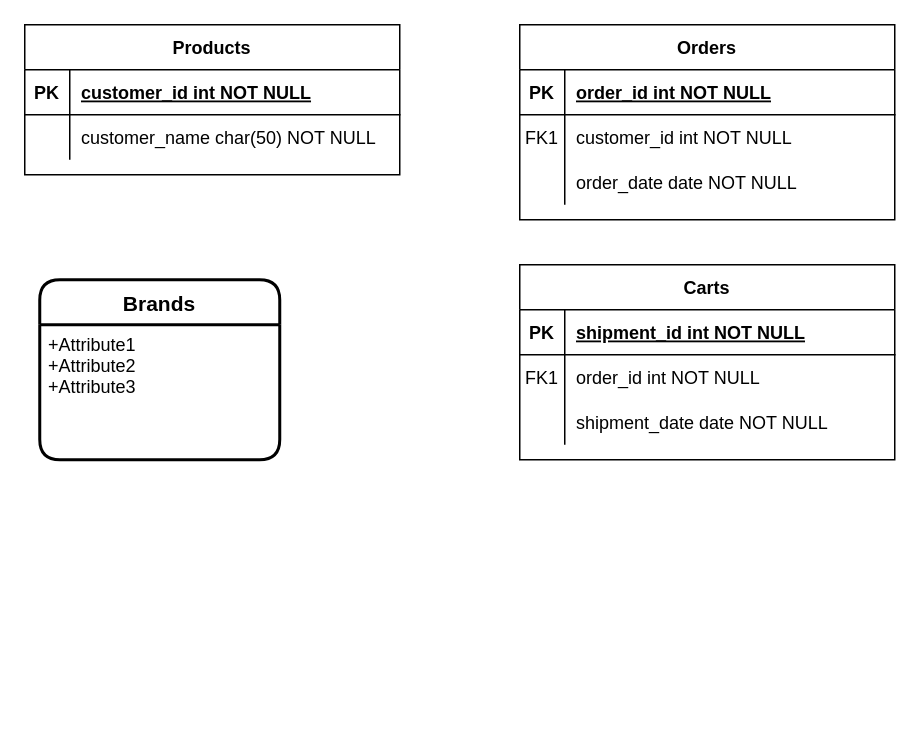
Before: 未命名绘图.drawio in 19Jin/Database_Design, a draw.io diagram. Source tidied: cells renumbered, new cells numbered last; positions are measured from the earlier drawing's top-left corner, leaving out a move shared by most shapes. Both pictures are drawn from the tidied source at 150%, with x=0, y=0 at pixel (24, 24).
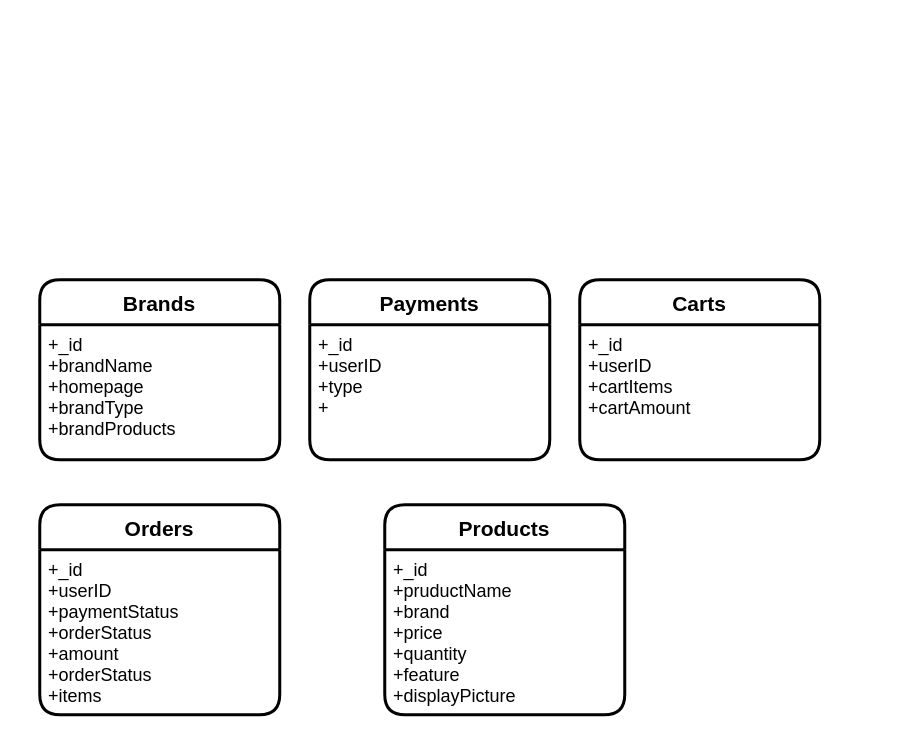
The same page after the edit.

Unchanged cells that the change refers to:
```xml
<mxCell id="29" value="Brands" style="swimlane;horizontal=1;startSize=30;rounded=1;fontSize=14;fontStyle=1;strokeWidth=2;shadow=0;dashed=0;align=center;fillColor=none;" parent="1" vertex="1">
  <mxGeometry x="10" y="170" width="160" height="120" as="geometry" />
</mxCell>
```

Change to the diagram source:
```diff
@@
-    <mxCell id="2" value="Orders" style="shape=table;startSize=30;childLayout=tableLayout;rowLines=0;fontStyle=1;align=center;" parent="1" vertex="1">
-      <mxGeometry x="330" width="250" height="130" as="geometry" />
-    </mxCell>
-    <mxCell id="3" style="shape=partialRectangle;fillColor=none;top=0;left=0;right=0;bottom=1;" parent="2" vertex="1">
-      <mxGeometry y="30" width="250" height="30" as="geometry" />
-    </mxCell>
-    <mxCell id="4" value="PK" style="shape=partialRectangle;overflow=hidden;fillColor=none;top=0;left=0;bottom=0;right=0;fontStyle=1;" parent="3" vertex="1">
-      <mxGeometry width="30" height="30" as="geometry" />
-    </mxCell>
-    <mxCell id="5" value="order_id int NOT NULL " style="shape=partialRectangle;overflow=hidden;fillColor=none;top=0;left=0;bottom=0;right=0;align=left;spacingLeft=6;fontStyle=5;" parent="3" vertex="1">
-      <mxGeometry x="30" width="220" height="30" as="geometry" />
-    </mxCell>
-    <mxCell id="6" style="shape=partialRectangle;fillColor=none;top=0;left=0;right=0;bottom=0;" parent="2" vertex="1">
-      <mxGeometry y="60" width="250" height="30" as="geometry" />
-    </mxCell>
-    <mxCell id="7" value="FK1" style="shape=partialRectangle;overflow=hidden;fillColor=none;top=0;left=0;bottom=0;right=0;" parent="6" vertex="1">
-      <mxGeometry width="30" height="30" as="geometry" />
-    </mxCell>
-    <mxCell id="8" value="customer_id int NOT NULL" style="shape=partialRectangle;overflow=hidden;fillColor=none;top=0;left=0;bottom=0;right=0;align=left;spacingLeft=6;" parent="6" vertex="1">
-      <mxGeometry x="30" width="220" height="30" as="geometry" />
-    </mxCell>
-    <mxCell id="9" style="shape=partialRectangle;fillColor=none;top=0;left=0;right=0;bottom=0;" parent="2" vertex="1">
-      <mxGeometry y="90" width="250" height="30" as="geometry" />
-    </mxCell>
-    <mxCell id="10" style="shape=partialRectangle;overflow=hidden;fillColor=none;top=0;left=0;bottom=0;right=0;" parent="9" vertex="1">
-      <mxGeometry width="30" height="30" as="geometry" />
-    </mxCell>
-    <mxCell id="11" value="order_date date NOT NULL" style="shape=partialRectangle;overflow=hidden;fillColor=none;top=0;left=0;bottom=0;right=0;align=left;spacingLeft=6;" parent="9" vertex="1">
-      <mxGeometry x="30" width="220" height="30" as="geometry" />
-    </mxCell>
-    <mxCell id="12" value="Carts" style="shape=table;startSize=30;childLayout=tableLayout;rowLines=0;fontStyle=1;align=center;" parent="1" vertex="1">
-      <mxGeometry x="330" y="160" width="250" height="130" as="geometry" />
-    </mxCell>
-    <mxCell id="13" style="shape=partialRectangle;fillColor=none;top=0;left=0;right=0;bottom=1;" parent="12" vertex="1">
-      <mxGeometry y="30" width="250" height="30" as="geometry" />
-    </mxCell>
-    <mxCell id="14" value="PK" style="shape=partialRectangle;overflow=hidden;fillColor=none;top=0;left=0;bottom=0;right=0;fontStyle=1;" parent="13" vertex="1">
-      <mxGeometry width="30" height="30" as="geometry" />
-    </mxCell>
-    <mxCell id="15" value="shipment_id int NOT NULL " style="shape=partialRectangle;overflow=hidden;fillColor=none;top=0;left=0;bottom=0;right=0;align=left;spacingLeft=6;fontStyle=5;" parent="13" vertex="1">
-      <mxGeometry x="30" width="220" height="30" as="geometry" />
-    </mxCell>
-    <mxCell id="16" style="shape=partialRectangle;fillColor=none;top=0;left=0;right=0;bottom=0;" parent="12" vertex="1">
-      <mxGeometry y="60" width="250" height="30" as="geometry" />
-    </mxCell>
-    <mxCell id="17" value="FK1" style="shape=partialRectangle;overflow=hidden;fillColor=none;top=0;left=0;bottom=0;right=0;" parent="16" vertex="1">
-      <mxGeometry width="30" height="30" as="geometry" />
-    </mxCell>
-    <mxCell id="18" value="order_id int NOT NULL" style="shape=partialRectangle;overflow=hidden;fillColor=none;top=0;left=0;bottom=0;right=0;align=left;spacingLeft=6;" parent="16" vertex="1">
-      <mxGeometry x="30" width="220" height="30" as="geometry" />
-    </mxCell>
-    <mxCell id="19" style="shape=partialRectangle;fillColor=none;top=0;left=0;right=0;bottom=0;" parent="12" vertex="1">
-      <mxGeometry y="90" width="250" height="30" as="geometry" />
-    </mxCell>
-    <mxCell id="20" style="shape=partialRectangle;overflow=hidden;fillColor=none;top=0;left=0;bottom=0;right=0;" parent="19" vertex="1">
-      <mxGeometry width="30" height="30" as="geometry" />
-    </mxCell>
-    <mxCell id="21" value="shipment_date date NOT NULL" style="shape=partialRectangle;overflow=hidden;fillColor=none;top=0;left=0;bottom=0;right=0;align=left;spacingLeft=6;" parent="19" vertex="1">
-      <mxGeometry x="30" width="220" height="30" as="geometry" />
-    </mxCell>
-    <mxCell id="22" value="Products" style="shape=table;startSize=30;childLayout=tableLayout;rowLines=0;fontStyle=1;align=center;" parent="1" vertex="1">
-      <mxGeometry width="250" height="100" as="geometry" />
-    </mxCell>
-    <mxCell id="23" style="shape=partialRectangle;fillColor=none;top=0;left=0;right=0;bottom=1;" parent="22" vertex="1">
-      <mxGeometry y="30" width="250" height="30" as="geometry" />
-    </mxCell>
-    <mxCell id="24" value="PK" style="shape=partialRectangle;overflow=hidden;fillColor=none;top=0;left=0;bottom=0;right=0;fontStyle=1;" parent="23" vertex="1">
-      <mxGeometry width="30" height="30" as="geometry" />
-    </mxCell>
-    <mxCell id="25" value="customer_id int NOT NULL " style="shape=partialRectangle;overflow=hidden;fillColor=none;top=0;left=0;bottom=0;right=0;align=left;spacingLeft=6;fontStyle=5;" parent="23" vertex="1">
-      <mxGeometry x="30" width="220" height="30" as="geometry" />
-    </mxCell>
-    <mxCell id="26" style="shape=partialRectangle;fillColor=none;top=0;left=0;right=0;bottom=0;" parent="22" vertex="1">
-      <mxGeometry y="60" width="250" height="30" as="geometry" />
-    </mxCell>
-    <mxCell id="27" style="shape=partialRectangle;overflow=hidden;fillColor=none;top=0;left=0;bottom=0;right=0;" parent="26" vertex="1">
-      <mxGeometry width="30" height="30" as="geometry" />
-    </mxCell>
-    <mxCell id="28" value="customer_name char(50) NOT NULL" style="shape=partialRectangle;overflow=hidden;fillColor=none;top=0;left=0;bottom=0;right=0;align=left;spacingLeft=6;" parent="26" vertex="1">
-      <mxGeometry x="30" width="220" height="30" as="geometry" />
-    </mxCell>
@@
-    <mxCell id="30" value="+Attribute1&#10;+Attribute2&#10;+Attribute3" style="align=left;strokeColor=none;fillColor=none;spacingLeft=4;fontSize=12;verticalAlign=top;strokeWidth=2;" parent="29" vertex="1">
+    <mxCell id="30" value="+_id&#10;+brandName&#10;+homepage&#10;+brandType&#10;+brandProducts" style="align=left;strokeColor=none;fillColor=none;spacingLeft=4;fontSize=12;verticalAlign=top;strokeWidth=2;" parent="29" vertex="1">
       <mxGeometry y="30" width="160" height="90" as="geometry" />
     </mxCell>
+    <mxCell id="12" value="Carts" style="swimlane;horizontal=1;startSize=30;rounded=1;fontSize=14;fontStyle=1;strokeWidth=2;shadow=0;dashed=0;align=center;fillColor=none;" parent="1" vertex="1">
+      <mxGeometry x="370" y="170" width="160" height="120" as="geometry" />
+    </mxCell>
+    <mxCell id="31" value="+_id&#10;+userID&#10;+cartItems&#10;+cartAmount" style="align=left;strokeColor=none;fillColor=none;spacingLeft=4;fontSize=12;verticalAlign=top;strokeWidth=2;" parent="12" vertex="1">
+      <mxGeometry y="30" width="160" height="90" as="geometry" />
+    </mxCell>
+    <mxCell id="32" value="Payments" style="swimlane;horizontal=1;startSize=30;rounded=1;fontSize=14;fontStyle=1;strokeWidth=2;shadow=0;dashed=0;align=center;fillColor=none;" parent="1" vertex="1">
+      <mxGeometry x="190" y="170" width="160" height="120" as="geometry" />
+    </mxCell>
+    <mxCell id="33" value="+_id&#10;+userID&#10;+type&#10;+" style="align=left;strokeColor=none;fillColor=none;spacingLeft=4;fontSize=12;verticalAlign=top;strokeWidth=2;" parent="32" vertex="1">
+      <mxGeometry y="30" width="160" height="90" as="geometry" />
+    </mxCell>
+    <mxCell id="2" value="Orders" style="swimlane;horizontal=1;startSize=30;rounded=1;fontSize=14;fontStyle=1;strokeWidth=2;shadow=0;dashed=0;align=center;fillColor=none;" parent="1" vertex="1">
+      <mxGeometry x="10" y="320" width="160" height="140" as="geometry" />
+    </mxCell>
+    <mxCell id="34" value="+_id&#10;+userID&#10;+paymentStatus&#10;+orderStatus&#10;+amount&#10;+orderStatus&#10;+items" style="align=left;strokeColor=none;fillColor=none;spacingLeft=4;fontSize=12;verticalAlign=top;strokeWidth=2;" parent="2" vertex="1">
+      <mxGeometry y="30" width="160" height="110" as="geometry" />
+    </mxCell>
+    <mxCell id="22" value="Products" style="swimlane;horizontal=1;startSize=30;rounded=1;fontSize=14;fontStyle=1;strokeWidth=2;shadow=0;dashed=0;align=center;fillColor=none;" parent="1" vertex="1">
+      <mxGeometry x="240" y="320" width="160" height="140" as="geometry" />
+    </mxCell>
+    <mxCell id="35" value="+_id&#10;+pruductName&#10;+brand&#10;+price&#10;+quantity&#10;+feature&#10;+displayPicture" style="align=left;strokeColor=none;fillColor=none;spacingLeft=4;fontSize=12;verticalAlign=top;strokeWidth=2;" parent="22" vertex="1">
+      <mxGeometry y="30" width="160" height="110" as="geometry" />
+    </mxCell>
```
